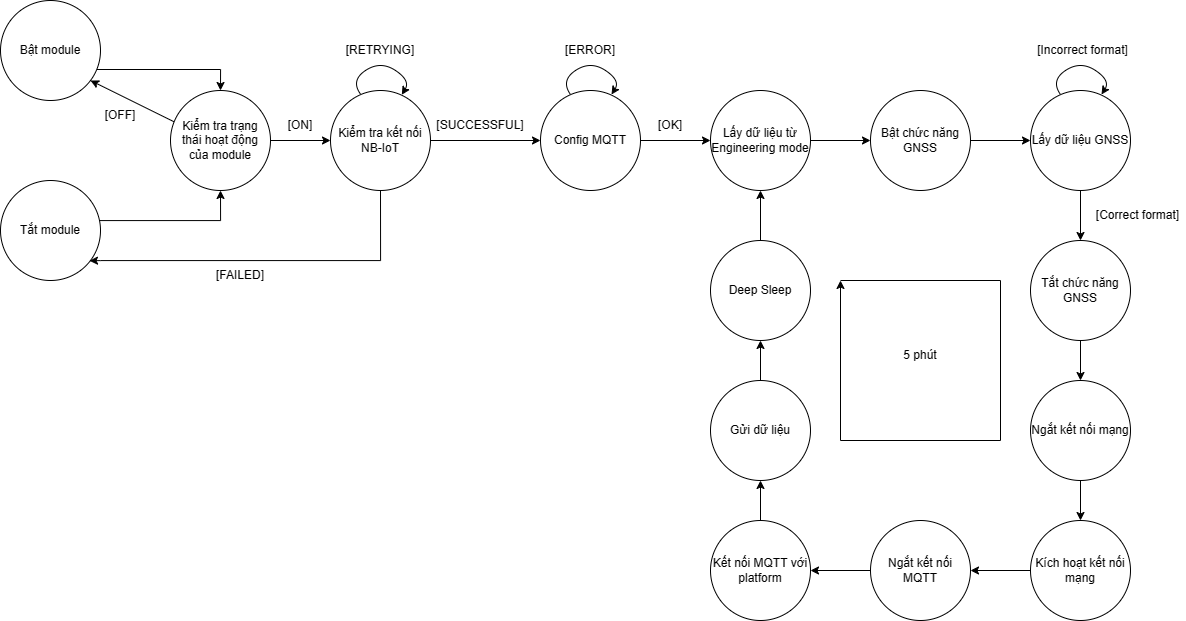
This is images/Col&Send.drawio.png from minhducquach/VDT_NB-IoT, a draw.io export, as it was before one commit. Source tidied: cells renumbered, new cells last; positions are measured from the earlier drawing's top-left corner, leaving out a move shared by most shapes.
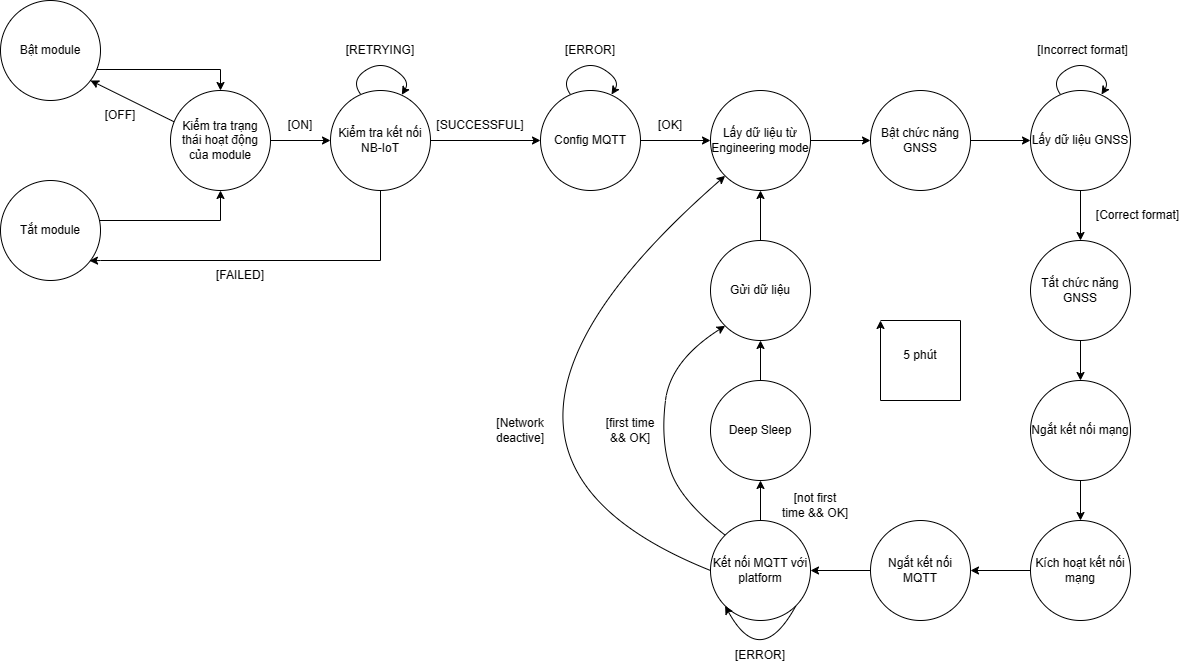
The same diagram one commit later.

Diff of the diagram source:
```diff
@@ -159,28 +159,63 @@
     <mxCell id="42" style="edgeStyle=orthogonalEdgeStyle;rounded=0;jettySize=auto;html=1;" parent="1" edge="1" source="43" target="45">
       <mxGeometry relative="1" as="geometry" />
     </mxCell>
-    <mxCell id="43" value="Gửi dữ liệu" style="ellipse;whiteSpace=wrap;html=1;" parent="1" vertex="1">
+    <mxCell id="43" value="Deep Sleep" style="ellipse;whiteSpace=wrap;html=1;" parent="1" vertex="1">
       <mxGeometry x="710" y="380" width="100" height="100" as="geometry" />
     </mxCell>
     <mxCell id="44" style="edgeStyle=orthogonalEdgeStyle;rounded=0;jettySize=auto;html=1;" parent="1" edge="1" source="45" target="23">
       <mxGeometry relative="1" as="geometry" />
     </mxCell>
-    <mxCell id="45" value="Deep Sleep" style="ellipse;whiteSpace=wrap;html=1;" parent="1" vertex="1">
+    <mxCell id="45" value="Gửi dữ liệu" style="ellipse;whiteSpace=wrap;html=1;" parent="1" vertex="1">
       <mxGeometry x="710" y="240" width="100" height="100" as="geometry" />
     </mxCell>
     <mxCell id="46" style="endArrow=classic;html=1;rounded=0;" parent="1" edge="1">
       <mxGeometry relative="1" as="geometry">
-        <mxPoint x="840" y="280" as="sourcePoint" />
-        <mxPoint x="840" y="280" as="targetPoint" />
+        <mxPoint x="880" y="320" as="sourcePoint" />
+        <mxPoint x="880" y="320" as="targetPoint" />
         <Array as="points">
-          <mxPoint x="1000" y="280" />
-          <mxPoint x="1000" y="440" />
-          <mxPoint x="840" y="440" />
+          <mxPoint x="960" y="320" />
+          <mxPoint x="960" y="400" />
+          <mxPoint x="880" y="400" />
         </Array>
       </mxGeometry>
     </mxCell>
     <mxCell id="47" value="5 phút" style="text;html=1;strokeColor=none;fillColor=none;align=center;verticalAlign=middle;whiteSpace=wrap;rounded=0;" parent="1" vertex="1">
       <mxGeometry x="890" y="340" width="60" height="30" as="geometry" />
     </mxCell>
+    <mxCell id="48" style="curved=1;endArrow=classic;html=1;rounded=0;exitX=0;exitY=0;exitDx=0;exitDy=0;entryX=0;entryY=1;entryDx=0;entryDy=0;" parent="1" edge="1" source="37" target="45">
+      <mxGeometry relative="1" as="geometry">
+        <Array as="points">
+          <mxPoint x="680" y="500" />
+          <mxPoint x="660" y="440" />
+          <mxPoint x="670" y="360" />
+        </Array>
+      </mxGeometry>
+    </mxCell>
+    <mxCell id="49" value="[first time &amp;amp;&amp;amp; OK]" style="text;html=1;strokeColor=none;fillColor=none;align=center;verticalAlign=middle;whiteSpace=wrap;rounded=0;" parent="1" vertex="1">
+      <mxGeometry x="600" y="415" width="60" height="30" as="geometry" />
+    </mxCell>
+    <mxCell id="50" value="[not first time &amp;amp;&amp;amp; OK]" style="text;html=1;strokeColor=none;fillColor=none;align=center;verticalAlign=middle;whiteSpace=wrap;rounded=0;" parent="1" vertex="1">
+      <mxGeometry x="780" y="490" width="70" height="30" as="geometry" />
+    </mxCell>
+    <mxCell id="51" style="curved=1;endArrow=classic;html=1;rounded=0;exitX=0;exitY=0.5;exitDx=0;exitDy=0;entryX=0;entryY=1;entryDx=0;entryDy=0;" parent="1" edge="1" source="37" target="23">
+      <mxGeometry relative="1" as="geometry">
+        <Array as="points">
+          <mxPoint x="410" y="450" />
+        </Array>
+      </mxGeometry>
+    </mxCell>
+    <mxCell id="52" value="[Network deactive]" style="text;html=1;strokeColor=none;fillColor=none;align=center;verticalAlign=middle;whiteSpace=wrap;rounded=0;" parent="1" vertex="1">
+      <mxGeometry x="490" y="415" width="60" height="30" as="geometry" />
+    </mxCell>
+    <mxCell id="53" value="[ERROR]" style="text;html=1;strokeColor=none;fillColor=none;align=center;verticalAlign=middle;whiteSpace=wrap;rounded=0;" parent="1" vertex="1">
+      <mxGeometry x="730" y="640" width="60" height="30" as="geometry" />
+    </mxCell>
+    <mxCell id="54" style="curved=1;endArrow=classic;html=1;rounded=0;entryX=0;entryY=1;entryDx=0;entryDy=0;exitX=1;exitY=1;exitDx=0;exitDy=0;" parent="1" edge="1" source="37" target="37">
+      <mxGeometry relative="1" as="geometry">
+        <Array as="points">
+          <mxPoint x="760" y="670" />
+        </Array>
+      </mxGeometry>
+    </mxCell>
   </root>
 </mxGraphModel>
```
